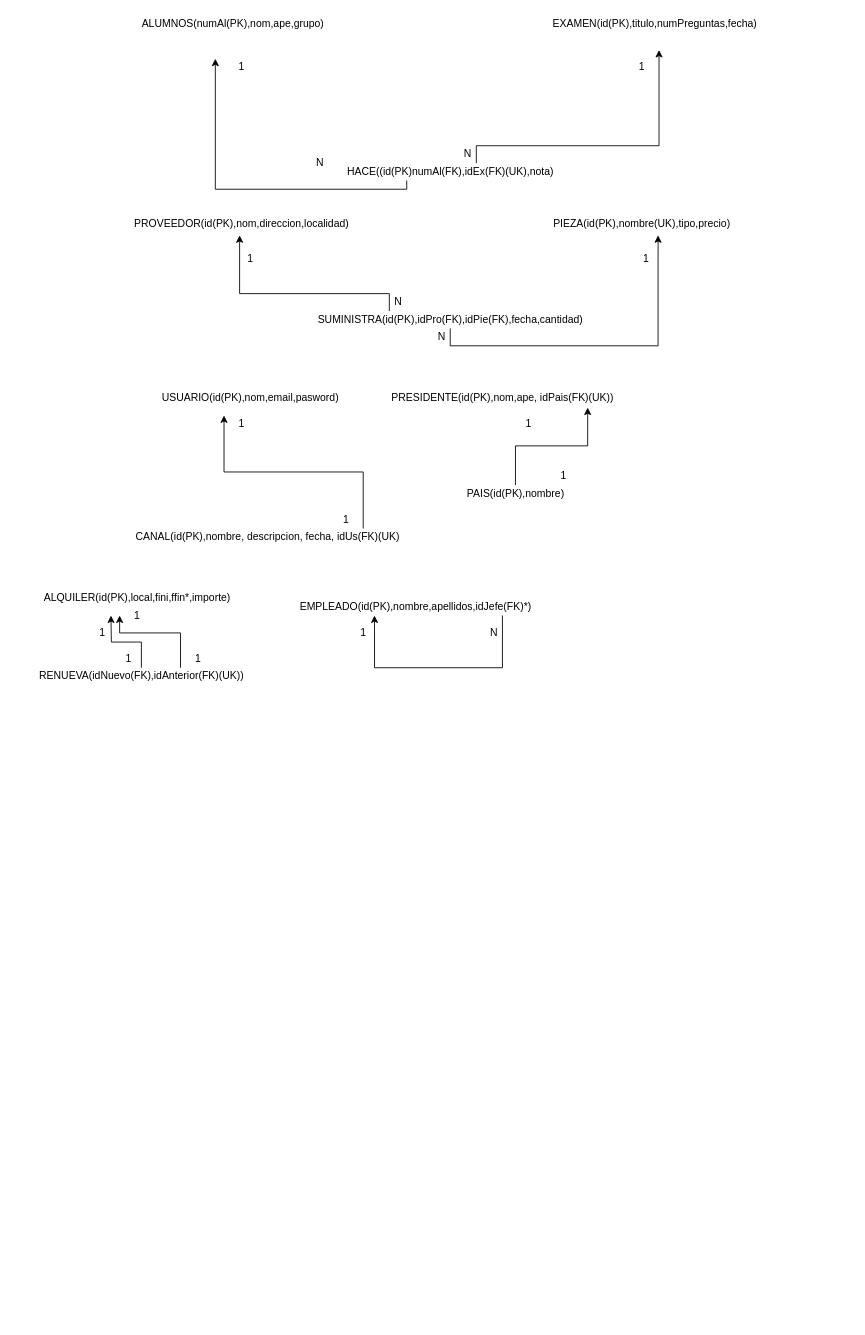
Fran898/Practica keeps this draw.io diagram as Base de Datos/Unidad 3/Actividad 4.drawio. Above is the earlier version. Source tidied: cells renumbered, new cells numbered last; positions are measured from the earlier drawing's top-left corner, leaving out a move shared by most shapes. Both pictures are drawn from the tidied source at 87%, with x=0, y=0 at pixel (32, 15).
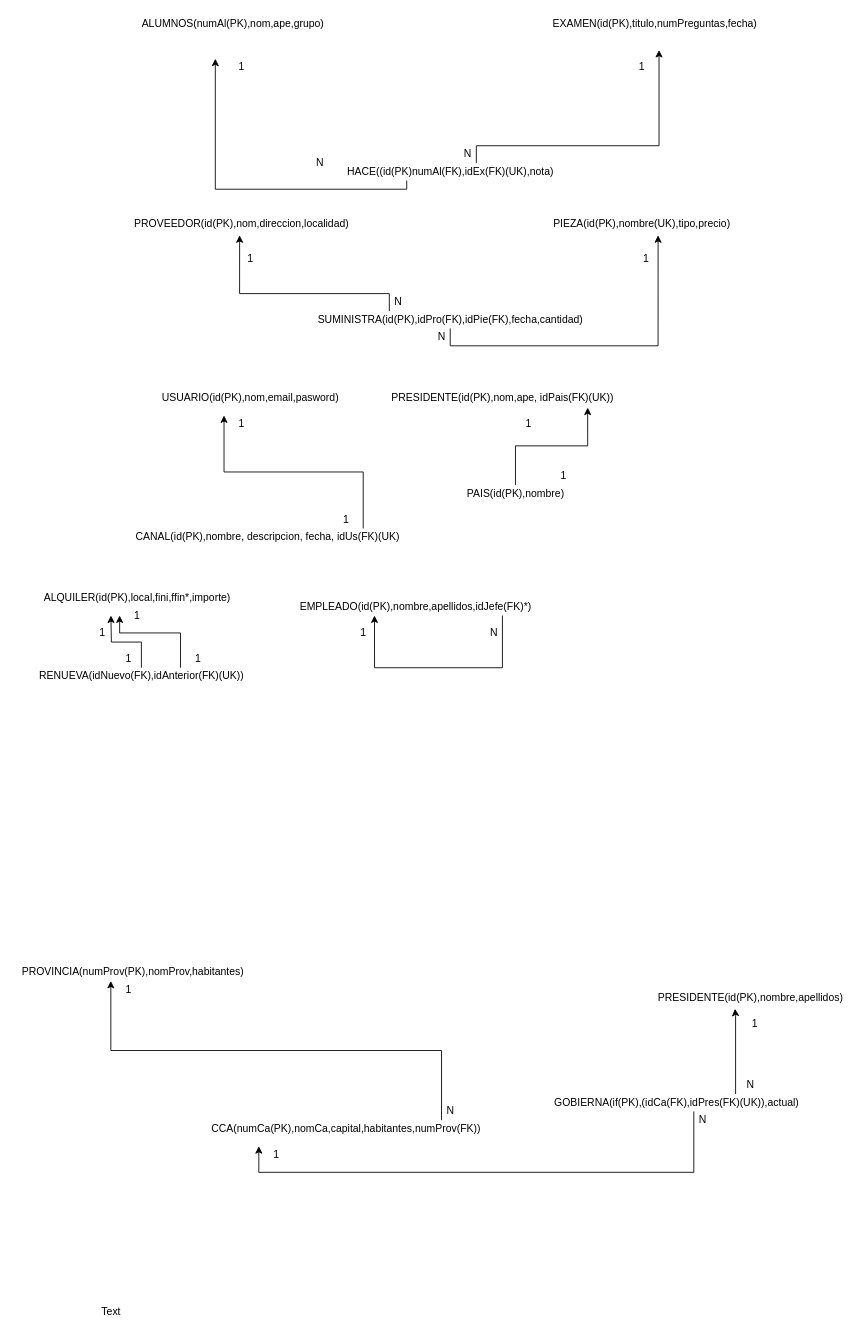
After the change.

Change to the diagram source:
```diff
@@
+    <mxCell id="42" value="PROVINCIA(numProv(PK),nomProv,habitantes)" style="text;html=1;align=center;verticalAlign=middle;points=[];strokeColor=none;fillColor=none;" parent="1" vertex="1">
+      <mxGeometry x="-20" y="1090" width="270" height="20" as="geometry" />
+    </mxCell>
+    <mxCell id="43" style="edgeStyle=orthogonalEdgeStyle;rounded=0;jettySize=auto;html=1;entryX=0.407;entryY=1;entryDx=0;entryDy=0;entryPerimeter=0;" parent="1" edge="1" source="44" target="42">
+      <mxGeometry relative="1" as="geometry">
+        <Array as="points">
+          <mxPoint x="470" y="1190" />
+          <mxPoint x="90" y="1190" />
+        </Array>
+      </mxGeometry>
+    </mxCell>
+    <mxCell id="44" value="CCA(numCa(PK),nomCa,capital,habitantes,numProv(FK))" style="text;html=1;align=center;verticalAlign=middle;points=[];strokeColor=none;fillColor=none;" parent="1" vertex="1">
+      <mxGeometry x="200" y="1270" width="320" height="20" as="geometry" />
+    </mxCell>
+    <mxCell id="45" value="1" style="text;html=1;align=center;verticalAlign=middle;strokeColor=none;fillColor=none;" parent="1" vertex="1">
+      <mxGeometry x="100" y="1110" width="20" height="20" as="geometry" />
+    </mxCell>
+    <mxCell id="46" value="N" style="text;html=1;align=center;verticalAlign=middle;strokeColor=none;fillColor=none;" parent="1" vertex="1">
+      <mxGeometry x="470" y="1250" width="20" height="20" as="geometry" />
+    </mxCell>
+    <mxCell id="47" value="PRESIDENTE(id(PK),nombre,apellidos)" style="text;html=1;align=center;verticalAlign=middle;points=[];strokeColor=none;fillColor=none;" parent="1" vertex="1">
+      <mxGeometry x="710" y="1120" width="230" height="20" as="geometry" />
+    </mxCell>
+    <mxCell id="48" style="edgeStyle=orthogonalEdgeStyle;rounded=0;jettySize=auto;html=1;entryX=0.423;entryY=1.1;entryDx=0;entryDy=0;entryPerimeter=0;" parent="1" edge="1" source="50" target="47">
+      <mxGeometry relative="1" as="geometry">
+        <Array as="points">
+          <mxPoint x="808" y="1150" />
+          <mxPoint x="808" y="1150" />
+        </Array>
+      </mxGeometry>
+    </mxCell>
+    <mxCell id="49" style="edgeStyle=orthogonalEdgeStyle;rounded=0;jettySize=auto;html=1;" parent="1" edge="1" source="50">
+      <mxGeometry relative="1" as="geometry">
+        <mxPoint x="260" y="1300" as="targetPoint" />
+        <Array as="points">
+          <mxPoint x="760" y="1330" />
+          <mxPoint x="260" y="1330" />
+        </Array>
+      </mxGeometry>
+    </mxCell>
+    <mxCell id="50" value="GOBIERNA(if(PK),(idCa(FK),idPres(FK)(UK)),actual)" style="text;html=1;align=center;verticalAlign=middle;points=[];strokeColor=none;fillColor=none;" parent="1" vertex="1">
+      <mxGeometry x="590" y="1240" width="300" height="20" as="geometry" />
+    </mxCell>
+    <mxCell id="51" value="1" style="text;html=1;align=center;verticalAlign=middle;strokeColor=none;fillColor=none;" parent="1" vertex="1">
+      <mxGeometry x="820" y="1150" width="20" height="20" as="geometry" />
+    </mxCell>
+    <mxCell id="52" value="N" style="text;html=1;align=center;verticalAlign=middle;strokeColor=none;fillColor=none;" parent="1" vertex="1">
+      <mxGeometry x="760" y="1260" width="20" height="20" as="geometry" />
+    </mxCell>
+    <mxCell id="53" value="1" style="text;html=1;align=center;verticalAlign=middle;strokeColor=none;fillColor=none;" parent="1" vertex="1">
+      <mxGeometry x="270" y="1300" width="20" height="20" as="geometry" />
+    </mxCell>
+    <mxCell id="54" value="N" style="text;html=1;align=center;verticalAlign=middle;strokeColor=none;fillColor=none;" parent="1" vertex="1">
+      <mxGeometry x="815" y="1220" width="20" height="20" as="geometry" />
+    </mxCell>
+    <mxCell id="55" value="Text" style="text;html=1;align=center;verticalAlign=middle;strokeColor=none;fillColor=none;" parent="1" vertex="1">
+      <mxGeometry x="70" y="1480" width="40" height="20" as="geometry" />
+    </mxCell>
```
